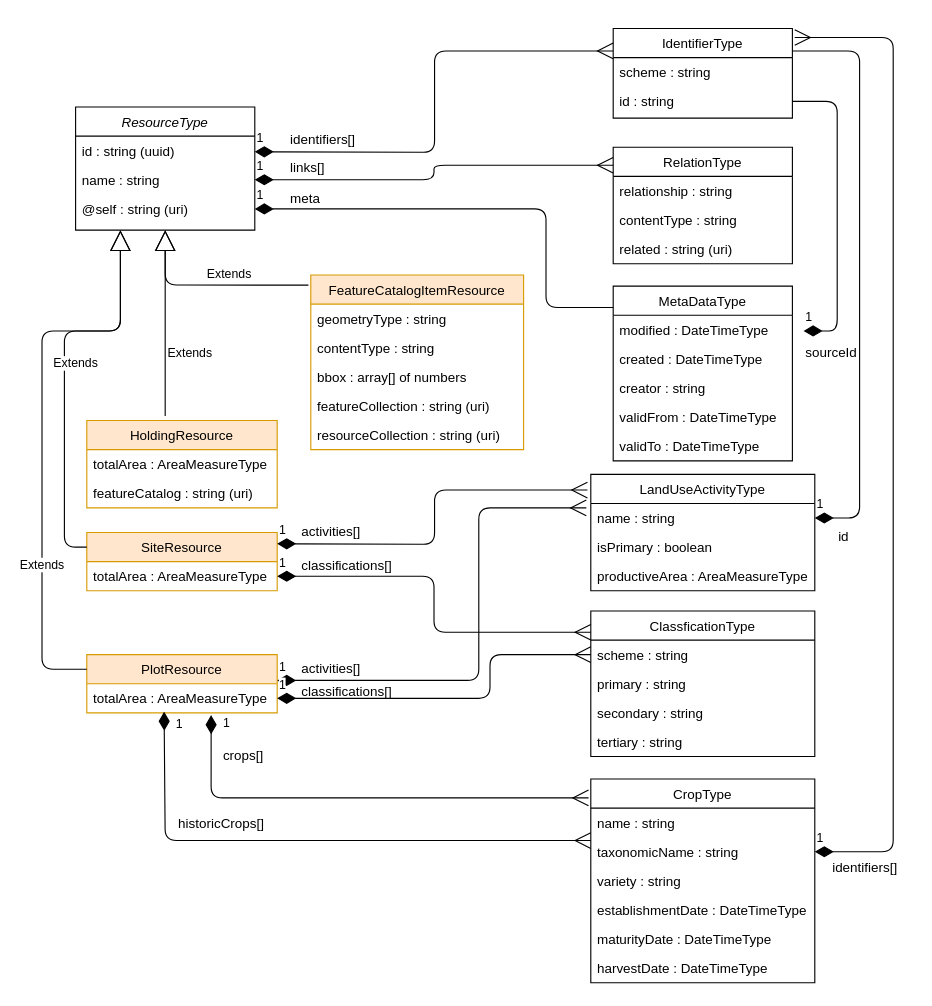
Earlier version of the draw.io diagram wiki-content/GeoSpatialEntities.drawio (Datalinker-Org/Geospatial). Source tidied: cells renumbered, new cells numbered last; positions are measured from the earlier drawing's top-left corner, leaving out a move shared by most shapes. Both pictures are drawn from the tidied source at 112%, with x=0, y=0 at pixel (41, 28).
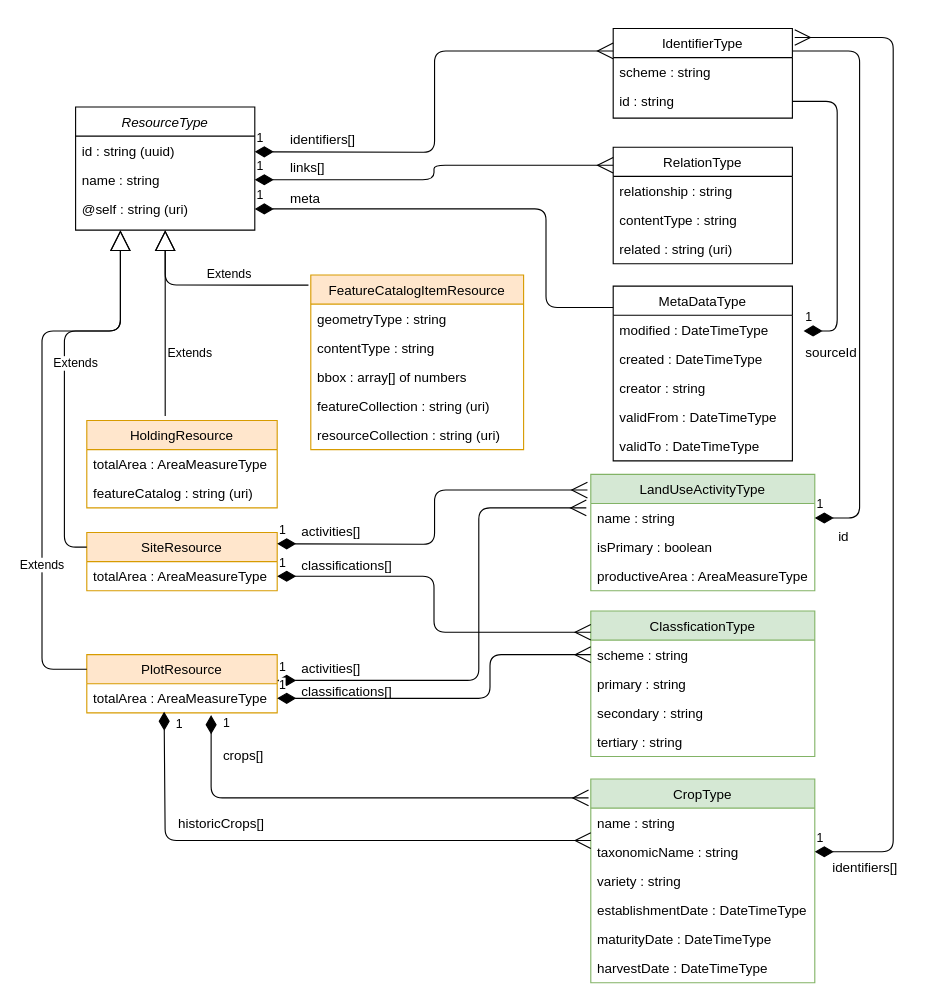
The same diagram, later.

Change to the diagram source:
```diff
@@
-    <mxCell id="40" value="LandUseActivityType" style="swimlane;fontStyle=0;horizontal=1;startSize=26;fillColor=none;" parent="1" vertex="1">
+    <mxCell id="40" value="LandUseActivityType" style="swimlane;fontStyle=0;horizontal=1;startSize=26;fillColor=#d5e8d4;strokeColor=#82b366;" parent="1" vertex="1">
       <mxGeometry x="490" y="398" width="200" height="104" as="geometry" />
     </mxCell>
@@
-    <mxCell id="46" value="ClassficationType" style="swimlane;fontStyle=0;horizontal=1;startSize=26;fillColor=none;" parent="1" vertex="1">
+    <mxCell id="46" value="ClassficationType" style="swimlane;fontStyle=0;horizontal=1;startSize=26;fillColor=#d5e8d4;strokeColor=#82b366;" parent="1" vertex="1">
       <mxGeometry x="490" y="520" width="200" height="130" as="geometry" />
     </mxCell>
@@
-    <mxCell id="55" value="CropType" style="swimlane;fontStyle=0;horizontal=1;startSize=26;fillColor=none;" parent="1" vertex="1">
+    <mxCell id="55" value="CropType" style="swimlane;fontStyle=0;horizontal=1;startSize=26;fillColor=#d5e8d4;strokeColor=#82b366;" parent="1" vertex="1">
       <mxGeometry x="490" y="670" width="200" height="182" as="geometry" />
     </mxCell>
```
